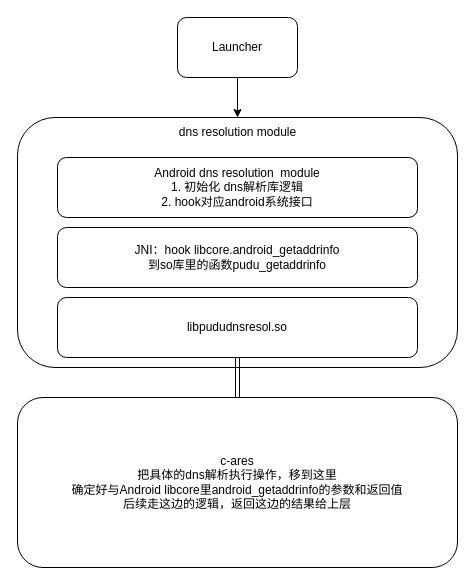
This is page "第 4 页" (4 of 4) of c-areas DNS解析.drawio from Jev0987/drawioFile, a draw.io file, before an edit. Source tidied: cells renumbered, new cells numbered last; positions are measured from the earlier drawing's top-left corner, leaving out a move shared by most shapes. Both pictures are drawn from the tidied source at 100%, with x=0, y=0 at pixel (17, 17).
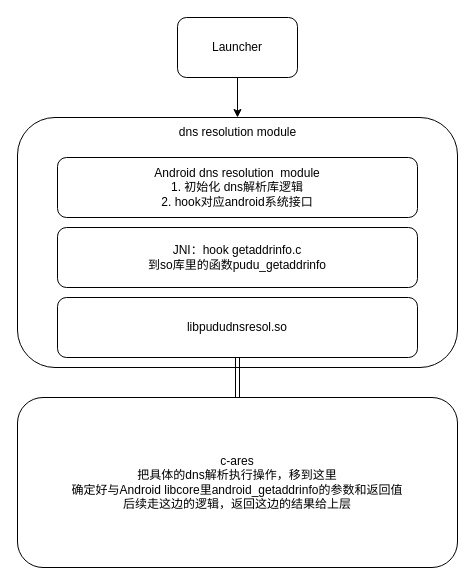
Above is the later version.

The edit, as a diff of the source:
```diff
@@
 <mxGraphModel>
   <root>
     <mxCell id="0" />
     <mxCell id="1" parent="0" />
     <mxCell id="2" style="edgeStyle=orthogonalEdgeStyle;rounded=0;jettySize=auto;html=1;entryX=0.5;entryY=0;entryDx=0;entryDy=0;" parent="1" edge="1" source="3" target="4">
       <mxGeometry relative="1" as="geometry" />
     </mxCell>
     <mxCell id="3" value="Launcher" style="rounded=1;whiteSpace=wrap;html=1;" parent="1" vertex="1">
       <mxGeometry x="160" width="120" height="60" as="geometry" />
     </mxCell>
     <mxCell id="4" style="rounded=1;whiteSpace=wrap;html=1;" parent="1" vertex="1">
       <mxGeometry y="100" width="440" height="250" as="geometry" />
     </mxCell>
     <mxCell id="5" value="Android dns resolution&amp;nbsp; module&lt;div&gt;1. 初始化 dns解析库逻辑&lt;/div&gt;&lt;div&gt;2. hook对应android系统接口&lt;/div&gt;" style="rounded=1;whiteSpace=wrap;html=1;" parent="1" vertex="1">
       <mxGeometry x="40" y="140" width="360" height="60" as="geometry" />
     </mxCell>
-    <mxCell id="6" value="JNI：hook libcore.android_getaddrinfo&lt;div&gt;到so库里的函数pudu_getaddrinfo&lt;/div&gt;" style="rounded=1;whiteSpace=wrap;html=1;" parent="1" vertex="1">
+    <mxCell id="6" value="JNI：hook getaddrinfo.c&lt;div&gt;到so库里的函数pudu_getaddrinfo&lt;/div&gt;" style="rounded=1;whiteSpace=wrap;html=1;" parent="1" vertex="1">
       <mxGeometry x="40" y="210" width="360" height="60" as="geometry" />
     </mxCell>
     <mxCell id="7" style="edgeStyle=orthogonalEdgeStyle;rounded=0;jettySize=auto;html=1;exitX=0.5;exitY=1;exitDx=0;exitDy=0;entryX=0.5;entryY=0;entryDx=0;entryDy=0;shape=link;" parent="1" edge="1" source="8" target="10">
       <mxGeometry relative="1" as="geometry" />
     </mxCell>
     <mxCell id="8" value="libpududnsresol.so" style="rounded=1;whiteSpace=wrap;html=1;" parent="1" vertex="1">
       <mxGeometry x="40" y="280" width="360" height="60" as="geometry" />
     </mxCell>
     <mxCell id="9" value="dns resolution module" style="text;html=1;align=center;verticalAlign=middle;strokeColor=none;fillColor=none;" parent="1" vertex="1">
       <mxGeometry x="150" y="100" width="140" height="30" as="geometry" />
     </mxCell>
     <mxCell id="10" value="c-ares&lt;div&gt;把具体的dns解析执行操作，移到这里&lt;/div&gt;&lt;div&gt;确定好与Android libcore里android_getaddrinfo的参数和返回值&lt;/div&gt;&lt;div&gt;后续走这边的逻辑，返回这边的结果给上层&lt;/div&gt;" style="rounded=1;whiteSpace=wrap;html=1;" parent="1" vertex="1">
       <mxGeometry y="380" width="440" height="170" as="geometry" />
     </mxCell>
   </root>
 </mxGraphModel>
```
